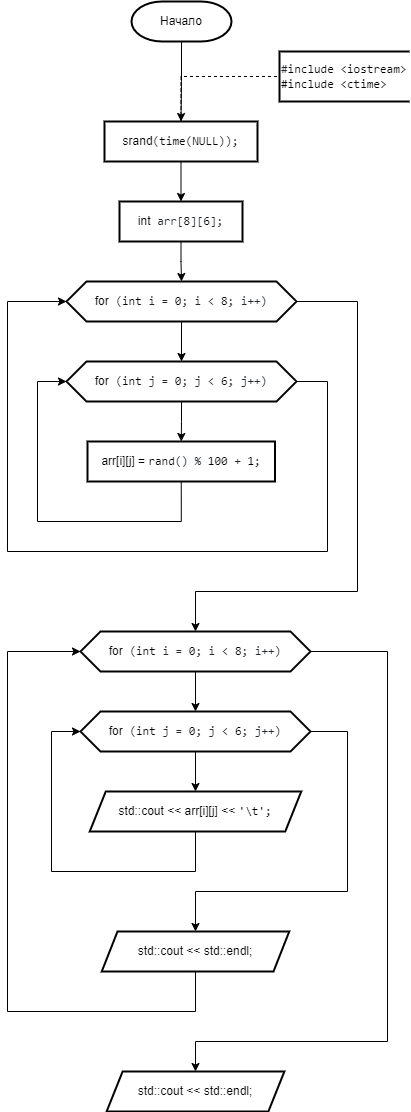
This is 2 Семестр/Labs/5 Лаба(Двумерные массивы)/Двумерные массивы.png from IlyaFedoseev227/LABS-PNRPU-IVT-22-1b, a draw.io export, as it was before one commit. Source tidied: cells renumbered, new cells last; positions are measured from the earlier drawing's top-left corner, leaving out a move shared by most shapes.
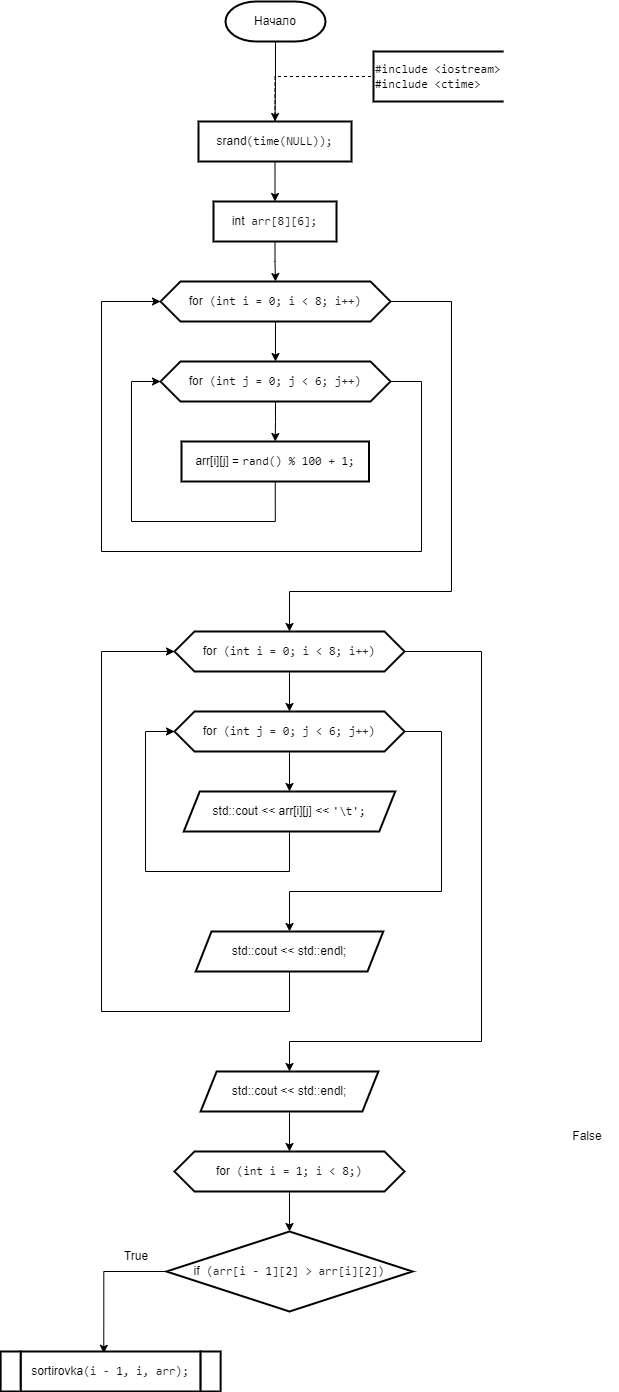
After the commit.

What changed in the source:
```diff
@@ -123,8 +123,38 @@
     <mxCell id="27" value="&lt;div style=&quot;text-align: start;&quot;&gt;std::cout &amp;lt;&amp;lt; std::endl;&lt;br&gt;&lt;/div&gt;" style="shape=parallelogram;perimeter=parallelogramPerimeter;whiteSpace=wrap;html=1;fixedSize=1;strokeWidth=2;size=15.75;" parent="1" vertex="1">
       <mxGeometry x="94.2" y="930" width="187.5" height="40" as="geometry" />
     </mxCell>
+    <mxCell id="29" style="edgeStyle=orthogonalEdgeStyle;rounded=0;jettySize=auto;html=1;exitX=0.5;exitY=1;exitDx=0;exitDy=0;entryX=0.5;entryY=0;entryDx=0;entryDy=0;" parent="1" edge="1" source="28" target="31">
+      <mxGeometry relative="1" as="geometry" />
+    </mxCell>
     <mxCell id="28" value="&lt;div style=&quot;text-align: start;&quot;&gt;std::cout &amp;lt;&amp;lt; std::endl;&lt;br&gt;&lt;/div&gt;" style="shape=parallelogram;perimeter=parallelogramPerimeter;whiteSpace=wrap;html=1;fixedSize=1;strokeWidth=2;size=16;" parent="1" vertex="1">
       <mxGeometry x="99.1" y="1070" width="177.8" height="40" as="geometry" />
     </mxCell>
+    <mxCell id="30" style="edgeStyle=orthogonalEdgeStyle;rounded=0;jettySize=auto;html=1;exitX=0.5;exitY=1;exitDx=0;exitDy=0;entryX=0.5;entryY=0;entryDx=0;entryDy=0;" parent="1" edge="1" source="31" target="33">
+      <mxGeometry relative="1" as="geometry" />
+    </mxCell>
+    <mxCell id="31" value="&lt;div style=&quot;text-align: start;&quot;&gt;for&lt;span style=&quot;color: rgb(36, 41, 47); font-family: ui-monospace, SFMono-Regular, &amp;quot;SF Mono&amp;quot;, Menlo, Consolas, &amp;quot;Liberation Mono&amp;quot;, monospace; background-color: rgb(255, 255, 255);&quot;&gt; (&lt;/span&gt;&lt;span style=&quot;box-sizing: border-box; color: var(--color-prettylights-syntax-keyword); font-family: ui-monospace, SFMono-Regular, &amp;quot;SF Mono&amp;quot;, Menlo, Consolas, &amp;quot;Liberation Mono&amp;quot;, monospace; background-color: rgb(255, 255, 255);&quot; class=&quot;pl-k&quot;&gt;int&lt;/span&gt;&lt;span style=&quot;color: rgb(36, 41, 47); font-family: ui-monospace, SFMono-Regular, &amp;quot;SF Mono&amp;quot;, Menlo, Consolas, &amp;quot;Liberation Mono&amp;quot;, monospace; background-color: rgb(255, 255, 255);&quot;&gt; i = &lt;/span&gt;&lt;span style=&quot;box-sizing: border-box; color: var(--color-prettylights-syntax-constant); font-family: ui-monospace, SFMono-Regular, &amp;quot;SF Mono&amp;quot;, Menlo, Consolas, &amp;quot;Liberation Mono&amp;quot;, monospace; background-color: rgb(255, 255, 255);&quot; class=&quot;pl-c1&quot;&gt;1&lt;/span&gt;&lt;span style=&quot;color: rgb(36, 41, 47); font-family: ui-monospace, SFMono-Regular, &amp;quot;SF Mono&amp;quot;, Menlo, Consolas, &amp;quot;Liberation Mono&amp;quot;, monospace; background-color: rgb(255, 255, 255);&quot;&gt;; i &amp;lt; &lt;/span&gt;&lt;span style=&quot;box-sizing: border-box; color: var(--color-prettylights-syntax-constant); font-family: ui-monospace, SFMono-Regular, &amp;quot;SF Mono&amp;quot;, Menlo, Consolas, &amp;quot;Liberation Mono&amp;quot;, monospace; background-color: rgb(255, 255, 255);&quot; class=&quot;pl-c1&quot;&gt;8&lt;/span&gt;&lt;span style=&quot;color: rgb(36, 41, 47); font-family: ui-monospace, SFMono-Regular, &amp;quot;SF Mono&amp;quot;, Menlo, Consolas, &amp;quot;Liberation Mono&amp;quot;, monospace; background-color: rgb(255, 255, 255);&quot;&gt;;)&lt;/span&gt;&lt;br&gt;&lt;/div&gt;" style="shape=hexagon;perimeter=hexagonPerimeter2;whiteSpace=wrap;html=1;fixedSize=1;strokeWidth=2;" parent="1" vertex="1">
+      <mxGeometry x="73" y="1150" width="230" height="40" as="geometry" />
+    </mxCell>
+    <mxCell id="32" style="edgeStyle=orthogonalEdgeStyle;rounded=0;jettySize=auto;html=1;exitX=0;exitY=0.5;exitDx=0;exitDy=0;entryX=0.462;entryY=0.045;entryDx=0;entryDy=0;entryPerimeter=0;" parent="1" edge="1" source="33" target="36">
+      <mxGeometry relative="1" as="geometry" />
+    </mxCell>
+    <mxCell id="33" value="&lt;div style=&quot;text-align: start;&quot;&gt;if&lt;span style=&quot;color: rgb(36, 41, 47); font-family: ui-monospace, SFMono-Regular, &amp;quot;SF Mono&amp;quot;, Menlo, Consolas, &amp;quot;Liberation Mono&amp;quot;, monospace; background-color: rgb(255, 255, 255);&quot;&gt; (arr[i - &lt;/span&gt;&lt;span style=&quot;box-sizing: border-box; color: var(--color-prettylights-syntax-constant); font-family: ui-monospace, SFMono-Regular, &amp;quot;SF Mono&amp;quot;, Menlo, Consolas, &amp;quot;Liberation Mono&amp;quot;, monospace; background-color: rgb(255, 255, 255);&quot; class=&quot;pl-c1&quot;&gt;1&lt;/span&gt;&lt;span style=&quot;color: rgb(36, 41, 47); font-family: ui-monospace, SFMono-Regular, &amp;quot;SF Mono&amp;quot;, Menlo, Consolas, &amp;quot;Liberation Mono&amp;quot;, monospace; background-color: rgb(255, 255, 255);&quot;&gt;][&lt;/span&gt;&lt;span style=&quot;box-sizing: border-box; color: var(--color-prettylights-syntax-constant); font-family: ui-monospace, SFMono-Regular, &amp;quot;SF Mono&amp;quot;, Menlo, Consolas, &amp;quot;Liberation Mono&amp;quot;, monospace; background-color: rgb(255, 255, 255);&quot; class=&quot;pl-c1&quot;&gt;2&lt;/span&gt;&lt;span style=&quot;color: rgb(36, 41, 47); font-family: ui-monospace, SFMono-Regular, &amp;quot;SF Mono&amp;quot;, Menlo, Consolas, &amp;quot;Liberation Mono&amp;quot;, monospace; background-color: rgb(255, 255, 255);&quot;&gt;] &amp;gt; arr[i][&lt;/span&gt;&lt;span style=&quot;box-sizing: border-box; color: var(--color-prettylights-syntax-constant); font-family: ui-monospace, SFMono-Regular, &amp;quot;SF Mono&amp;quot;, Menlo, Consolas, &amp;quot;Liberation Mono&amp;quot;, monospace; background-color: rgb(255, 255, 255);&quot; class=&quot;pl-c1&quot;&gt;2&lt;/span&gt;&lt;span style=&quot;color: rgb(36, 41, 47); font-family: ui-monospace, SFMono-Regular, &amp;quot;SF Mono&amp;quot;, Menlo, Consolas, &amp;quot;Liberation Mono&amp;quot;, monospace; background-color: rgb(255, 255, 255);&quot;&gt;])&lt;/span&gt;&lt;br&gt;&lt;/div&gt;" style="rhombus;whiteSpace=wrap;html=1;strokeWidth=2;" parent="1" vertex="1">
+      <mxGeometry x="65" y="1230" width="246" height="80" as="geometry" />
+    </mxCell>
+    <mxCell id="34" value="True" style="text;html=1;strokeColor=none;fillColor=none;align=center;verticalAlign=middle;whiteSpace=wrap;rounded=0;strokeWidth=2;" parent="1" vertex="1">
+      <mxGeometry x="5" y="1240" width="60" height="30" as="geometry" />
+    </mxCell>
+    <mxCell id="35" value="False" style="text;html=1;strokeColor=none;fillColor=none;align=center;verticalAlign=middle;whiteSpace=wrap;rounded=0;strokeWidth=2;" parent="1" vertex="1">
+      <mxGeometry x="456" y="1120" width="60" height="30" as="geometry" />
+    </mxCell>
+    <mxCell id="36" value="&lt;div style=&quot;text-align: start;&quot;&gt;sortirovka&lt;span style=&quot;color: rgb(36, 41, 47); font-family: ui-monospace, SFMono-Regular, &amp;quot;SF Mono&amp;quot;, Menlo, Consolas, &amp;quot;Liberation Mono&amp;quot;, monospace; background-color: rgb(255, 255, 255);&quot;&gt;(i - &lt;/span&gt;&lt;span style=&quot;box-sizing: border-box; color: var(--color-prettylights-syntax-constant); font-family: ui-monospace, SFMono-Regular, &amp;quot;SF Mono&amp;quot;, Menlo, Consolas, &amp;quot;Liberation Mono&amp;quot;, monospace; background-color: rgb(255, 255, 255);&quot; class=&quot;pl-c1&quot;&gt;1&lt;/span&gt;&lt;span style=&quot;color: rgb(36, 41, 47); font-family: ui-monospace, SFMono-Regular, &amp;quot;SF Mono&amp;quot;, Menlo, Consolas, &amp;quot;Liberation Mono&amp;quot;, monospace; background-color: rgb(255, 255, 255);&quot;&gt;, i, arr);&lt;/span&gt;&lt;br&gt;&lt;/div&gt;" style="shape=parallelogram;perimeter=parallelogramPerimeter;whiteSpace=wrap;html=1;fixedSize=1;strokeWidth=2;size=-6;" parent="1" vertex="1">
+      <mxGeometry x="-80.9" y="1350" width="180" height="40" as="geometry" />
+    </mxCell>
+    <mxCell id="37" value="&lt;div style=&quot;text-align: start;&quot;&gt;&lt;br&gt;&lt;/div&gt;" style="shape=parallelogram;perimeter=parallelogramPerimeter;whiteSpace=wrap;html=1;fixedSize=1;strokeWidth=2;size=-6;" parent="1" vertex="1">
+      <mxGeometry x="99.1" y="1350" width="20" height="40" as="geometry" />
+    </mxCell>
+    <mxCell id="38" value="&lt;div style=&quot;text-align: start;&quot;&gt;&lt;br&gt;&lt;/div&gt;" style="shape=parallelogram;perimeter=parallelogramPerimeter;whiteSpace=wrap;html=1;fixedSize=1;strokeWidth=2;size=-60;" parent="1" vertex="1">
+      <mxGeometry x="-100.9" y="1350" width="20" height="40" as="geometry" />
+    </mxCell>
   </root>
 </mxGraphModel>
```
